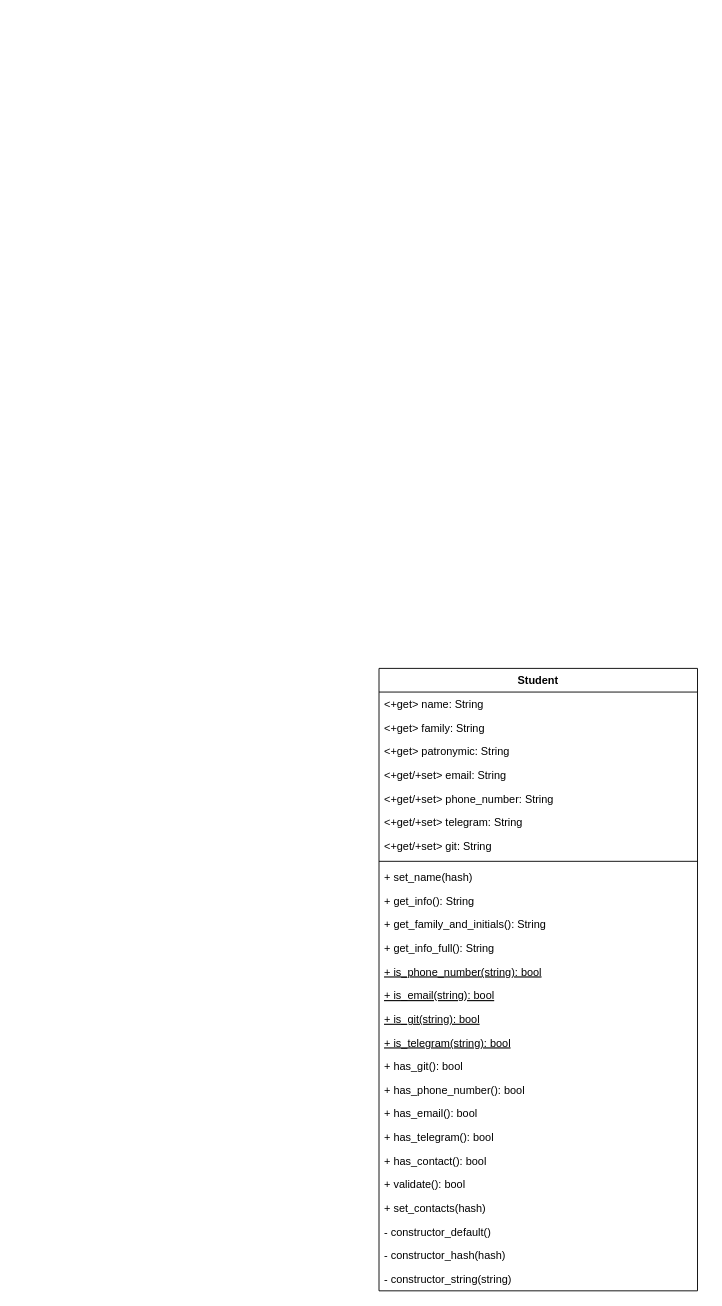
Before: lab2/docs/ClassDiagram.drawio in KirSaxhlil/PatternLabs, a draw.io diagram. Source tidied: cells renumbered, new cells numbered last; positions are measured from the earlier drawing's top-left corner, leaving out a move shared by most shapes. Both pictures are drawn from the tidied source at 91%, with x=0, y=0 at pixel (379, 668).
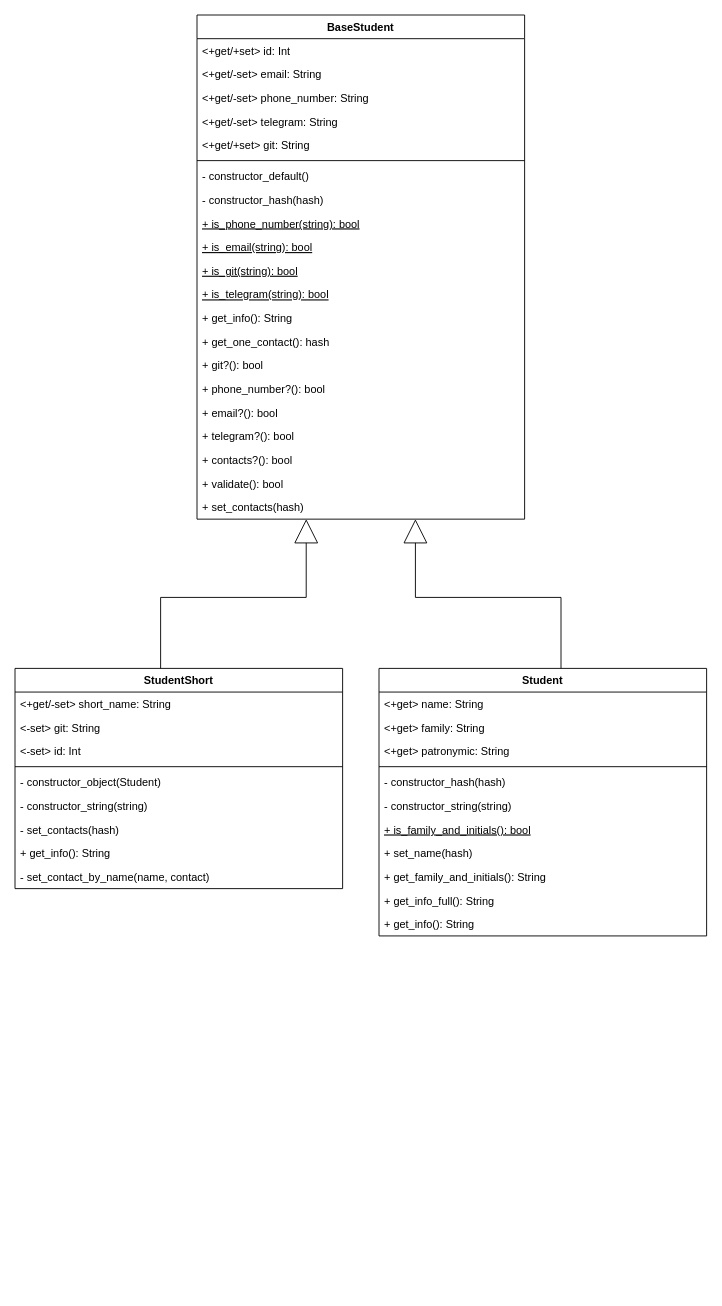
Above is the later version.

Commit message (it also covers changes not shown here):
Lab2 ex2-6 Class diagram updated

The edit, as a diff of the source:
```diff
@@
     <mxCell id="2" value="Student" style="swimlane;fontStyle=1;align=center;verticalAlign=top;horizontal=1;startSize=26;fillColor=default;swimlaneFillColor=default;" parent="1" vertex="1">
-      <mxGeometry width="350" height="684" as="geometry" />
+      <mxGeometry width="360" height="294" as="geometry" />
     </mxCell>
     <mxCell id="3" value="&lt;+get&gt; name: String" style="text;strokeColor=none;fillColor=none;align=left;verticalAlign=top;spacingLeft=4;spacingRight=4;overflow=hidden;" parent="2" vertex="1">
-      <mxGeometry y="26" width="350" height="26" as="geometry" />
+      <mxGeometry y="26" width="360" height="26" as="geometry" />
     </mxCell>
     <mxCell id="4" value="&lt;+get&gt; family: String" style="text;strokeColor=none;fillColor=none;align=left;verticalAlign=top;spacingLeft=4;spacingRight=4;overflow=hidden;" parent="2" vertex="1">
-      <mxGeometry y="52" width="350" height="26" as="geometry" />
+      <mxGeometry y="52" width="360" height="26" as="geometry" />
     </mxCell>
     <mxCell id="5" value="&lt;+get&gt; patronymic: String" style="text;strokeColor=none;fillColor=none;align=left;verticalAlign=top;spacingLeft=4;spacingRight=4;overflow=hidden;" parent="2" vertex="1">
-      <mxGeometry y="78" width="350" height="26" as="geometry" />
+      <mxGeometry y="78" width="360" height="26" as="geometry" />
     </mxCell>
+    <mxCell id="10" style="line;strokeWidth=1;fillColor=none;align=left;verticalAlign=middle;spacingTop=-1;spacingLeft=3;spacingRight=3;labelPosition=right;strokeColor=inherit;" parent="2" vertex="1">
+      <mxGeometry y="104" width="360" height="8" as="geometry" />
+    </mxCell>
+    <mxCell id="27" value="- constructor_hash(hash)" style="text;strokeColor=none;fillColor=none;align=left;verticalAlign=top;spacingLeft=4;spacingRight=4;overflow=hidden;fontStyle=0;" parent="2" vertex="1">
+      <mxGeometry y="112" width="360" height="26" as="geometry" />
+    </mxCell>
+    <mxCell id="28" value="- constructor_string(string)" style="text;strokeColor=none;fillColor=none;align=left;verticalAlign=top;spacingLeft=4;spacingRight=4;overflow=hidden;fontStyle=0;" parent="2" vertex="1">
+      <mxGeometry y="138" width="360" height="26" as="geometry" />
+    </mxCell>
+    <mxCell id="29" value="+ is_family_and_initials(): bool" style="text;strokeColor=none;fillColor=none;align=left;verticalAlign=top;spacingLeft=4;spacingRight=4;overflow=hidden;fontStyle=4;" parent="2" vertex="1">
+      <mxGeometry y="164" width="360" height="26" as="geometry" />
+    </mxCell>
+    <mxCell id="11" value="+ set_name(hash)" style="text;strokeColor=none;fillColor=none;align=left;verticalAlign=top;spacingLeft=4;spacingRight=4;overflow=hidden;fontStyle=0;" parent="2" vertex="1">
+      <mxGeometry y="190" width="360" height="26" as="geometry" />
+    </mxCell>
+    <mxCell id="13" value="+ get_family_and_initials(): String" style="text;strokeColor=none;fillColor=none;align=left;verticalAlign=top;spacingLeft=4;spacingRight=4;overflow=hidden;" parent="2" vertex="1">
+      <mxGeometry y="216" width="360" height="26" as="geometry" />
+    </mxCell>
+    <mxCell id="14" value="+ get_info_full(): String" style="text;strokeColor=none;fillColor=none;align=left;verticalAlign=top;spacingLeft=4;spacingRight=4;overflow=hidden;" parent="2" vertex="1">
+      <mxGeometry y="242" width="360" height="26" as="geometry" />
+    </mxCell>
+    <mxCell id="12" value="+ get_info(): String" style="text;strokeColor=none;fillColor=none;align=left;verticalAlign=top;spacingLeft=4;spacingRight=4;overflow=hidden;" parent="2" vertex="1">
+      <mxGeometry y="268" width="360" height="26" as="geometry" />
+    </mxCell>
+    <mxCell id="30" value="BaseStudent" style="swimlane;fontStyle=1;align=center;verticalAlign=top;horizontal=1;startSize=26;fillColor=default;swimlaneFillColor=default;" parent="1" vertex="1">
+      <mxGeometry x="-200" y="-718" width="360" height="554" as="geometry" />
+    </mxCell>
+    <mxCell id="31" value="&lt;+get/+set&gt; id: Int" style="text;strokeColor=none;fillColor=none;align=left;verticalAlign=top;spacingLeft=4;spacingRight=4;overflow=hidden;" parent="30" vertex="1">
+      <mxGeometry y="26" width="360" height="26" as="geometry" />
+    </mxCell>
-    <mxCell id="6" value="&lt;+get/+set&gt; email: String" style="text;strokeColor=none;fillColor=none;align=left;verticalAlign=top;spacingLeft=4;spacingRight=4;overflow=hidden;" parent="2" vertex="1">
-      <mxGeometry y="104" width="350" height="26" as="geometry" />
+    <mxCell id="6" value="&lt;+get/-set&gt; email: String" style="text;strokeColor=none;fillColor=none;align=left;verticalAlign=top;spacingLeft=4;spacingRight=4;overflow=hidden;" parent="30" vertex="1">
+      <mxGeometry y="52" width="360" height="26" as="geometry" />
     </mxCell>
-    <mxCell id="7" value="&lt;+get/+set&gt; phone_number: String" style="text;strokeColor=none;fillColor=none;align=left;verticalAlign=top;spacingLeft=4;spacingRight=4;overflow=hidden;" parent="2" vertex="1">
-      <mxGeometry y="130" width="350" height="26" as="geometry" />
+    <mxCell id="7" value="&lt;+get/-set&gt; phone_number: String" style="text;strokeColor=none;fillColor=none;align=left;verticalAlign=top;spacingLeft=4;spacingRight=4;overflow=hidden;" parent="30" vertex="1">
+      <mxGeometry y="78" width="360" height="26" as="geometry" />
     </mxCell>
-    <mxCell id="8" value="&lt;+get/+set&gt; telegram: String" style="text;strokeColor=none;fillColor=none;align=left;verticalAlign=top;spacingLeft=4;spacingRight=4;overflow=hidden;" parent="2" vertex="1">
-      <mxGeometry y="156" width="350" height="26" as="geometry" />
+    <mxCell id="8" value="&lt;+get/-set&gt; telegram: String" style="text;strokeColor=none;fillColor=none;align=left;verticalAlign=top;spacingLeft=4;spacingRight=4;overflow=hidden;" parent="30" vertex="1">
+      <mxGeometry y="104" width="360" height="26" as="geometry" />
     </mxCell>
-    <mxCell id="9" value="&lt;+get/+set&gt; git: String" style="text;strokeColor=none;fillColor=none;align=left;verticalAlign=top;spacingLeft=4;spacingRight=4;overflow=hidden;" parent="2" vertex="1">
-      <mxGeometry y="182" width="350" height="26" as="geometry" />
+    <mxCell id="9" value="&lt;+get/+set&gt; git: String" style="text;strokeColor=none;fillColor=none;align=left;verticalAlign=top;spacingLeft=4;spacingRight=4;overflow=hidden;" parent="30" vertex="1">
+      <mxGeometry y="130" width="360" height="26" as="geometry" />
     </mxCell>
-    <mxCell id="10" style="line;strokeWidth=1;fillColor=none;align=left;verticalAlign=middle;spacingTop=-1;spacingLeft=3;spacingRight=3;labelPosition=right;strokeColor=inherit;" parent="2" vertex="1">
-      <mxGeometry y="208" width="350" height="8" as="geometry" />
-    </mxCell>
-    <mxCell id="11" value="+ set_name(hash)" style="text;strokeColor=none;fillColor=none;align=left;verticalAlign=top;spacingLeft=4;spacingRight=4;overflow=hidden;fontStyle=0;" parent="2" vertex="1">
-      <mxGeometry y="216" width="350" height="26" as="geometry" />
-    </mxCell>
-    <mxCell id="12" value="+ get_info(): String" style="text;strokeColor=none;fillColor=none;align=left;verticalAlign=top;spacingLeft=4;spacingRight=4;overflow=hidden;" parent="2" vertex="1">
-      <mxGeometry y="242" width="350" height="26" as="geometry" />
-    </mxCell>
-    <mxCell id="13" value="+ get_family_and_initials(): String" style="text;strokeColor=none;fillColor=none;align=left;verticalAlign=top;spacingLeft=4;spacingRight=4;overflow=hidden;" parent="2" vertex="1">
-      <mxGeometry y="268" width="350" height="26" as="geometry" />
-    </mxCell>
-    <mxCell id="14" value="+ get_info_full(): String" style="text;strokeColor=none;fillColor=none;align=left;verticalAlign=top;spacingLeft=4;spacingRight=4;overflow=hidden;" parent="2" vertex="1">
-      <mxGeometry y="294" width="350" height="26" as="geometry" />
-    </mxCell>
+    <mxCell id="32" style="line;strokeWidth=1;fillColor=none;align=left;verticalAlign=middle;spacingTop=-1;spacingLeft=3;spacingRight=3;labelPosition=right;strokeColor=inherit;" parent="30" vertex="1">
+      <mxGeometry y="156" width="360" height="8" as="geometry" />
+    </mxCell>
+    <mxCell id="26" value="- constructor_default()" style="text;strokeColor=none;fillColor=none;align=left;verticalAlign=top;spacingLeft=4;spacingRight=4;overflow=hidden;fontStyle=0;" parent="30" vertex="1">
+      <mxGeometry y="164" width="360" height="26" as="geometry" />
+    </mxCell>
+    <mxCell id="33" value="- constructor_hash(hash)" style="text;strokeColor=none;fillColor=none;align=left;verticalAlign=top;spacingLeft=4;spacingRight=4;overflow=hidden;fontStyle=0;" parent="30" vertex="1">
+      <mxGeometry y="190" width="360" height="26" as="geometry" />
+    </mxCell>
-    <mxCell id="15" value="+ is_phone_number(string): bool" style="text;strokeColor=none;fillColor=none;align=left;verticalAlign=top;spacingLeft=4;spacingRight=4;overflow=hidden;fontStyle=4;" parent="2" vertex="1">
-      <mxGeometry y="320" width="350" height="26" as="geometry" />
+    <mxCell id="15" value="+ is_phone_number(string): bool" style="text;strokeColor=none;fillColor=none;align=left;verticalAlign=top;spacingLeft=4;spacingRight=4;overflow=hidden;fontStyle=4;" parent="30" vertex="1">
+      <mxGeometry y="216" width="360" height="26" as="geometry" />
     </mxCell>
-    <mxCell id="16" value="+ is_email(string): bool" style="text;strokeColor=none;fillColor=none;align=left;verticalAlign=top;spacingLeft=4;spacingRight=4;overflow=hidden;fontStyle=4;" parent="2" vertex="1">
-      <mxGeometry y="346" width="350" height="26" as="geometry" />
+    <mxCell id="16" value="+ is_email(string): bool" style="text;strokeColor=none;fillColor=none;align=left;verticalAlign=top;spacingLeft=4;spacingRight=4;overflow=hidden;fontStyle=4;" parent="30" vertex="1">
+      <mxGeometry y="242" width="360" height="26" as="geometry" />
     </mxCell>
-    <mxCell id="17" value="+ is_git(string): bool" style="text;strokeColor=none;fillColor=none;align=left;verticalAlign=top;spacingLeft=4;spacingRight=4;overflow=hidden;fontStyle=4;" parent="2" vertex="1">
-      <mxGeometry y="372" width="350" height="26" as="geometry" />
+    <mxCell id="17" value="+ is_git(string): bool" style="text;strokeColor=none;fillColor=none;align=left;verticalAlign=top;spacingLeft=4;spacingRight=4;overflow=hidden;fontStyle=4;" parent="30" vertex="1">
+      <mxGeometry y="268" width="360" height="26" as="geometry" />
     </mxCell>
-    <mxCell id="18" value="+ is_telegram(string): bool" style="text;strokeColor=none;fillColor=none;align=left;verticalAlign=top;spacingLeft=4;spacingRight=4;overflow=hidden;fontStyle=4;" parent="2" vertex="1">
-      <mxGeometry y="398" width="350" height="26" as="geometry" />
+    <mxCell id="18" value="+ is_telegram(string): bool" style="text;strokeColor=none;fillColor=none;align=left;verticalAlign=top;spacingLeft=4;spacingRight=4;overflow=hidden;fontStyle=4;" parent="30" vertex="1">
+      <mxGeometry y="294" width="360" height="26" as="geometry" />
     </mxCell>
-    <mxCell id="19" value="+ has_git(): bool" style="text;strokeColor=none;fillColor=none;align=left;verticalAlign=top;spacingLeft=4;spacingRight=4;overflow=hidden;fontStyle=0;" parent="2" vertex="1">
-      <mxGeometry y="424" width="350" height="26" as="geometry" />
-    </mxCell>
-    <mxCell id="20" value="+ has_phone_number(): bool" style="text;strokeColor=none;fillColor=none;align=left;verticalAlign=top;spacingLeft=4;spacingRight=4;overflow=hidden;fontStyle=0;" parent="2" vertex="1">
-      <mxGeometry y="450" width="350" height="26" as="geometry" />
-    </mxCell>
-    <mxCell id="21" value="+ has_email(): bool" style="text;strokeColor=none;fillColor=none;align=left;verticalAlign=top;spacingLeft=4;spacingRight=4;overflow=hidden;fontStyle=0;" parent="2" vertex="1">
-      <mxGeometry y="476" width="350" height="26" as="geometry" />
-    </mxCell>
-    <mxCell id="22" value="+ has_telegram(): bool" style="text;strokeColor=none;fillColor=none;align=left;verticalAlign=top;spacingLeft=4;spacingRight=4;overflow=hidden;fontStyle=0;" parent="2" vertex="1">
-      <mxGeometry y="502" width="350" height="26" as="geometry" />
-    </mxCell>
-    <mxCell id="23" value="+ has_contact(): bool" style="text;strokeColor=none;fillColor=none;align=left;verticalAlign=top;spacingLeft=4;spacingRight=4;overflow=hidden;fontStyle=0;" parent="2" vertex="1">
-      <mxGeometry y="528" width="350" height="26" as="geometry" />
-    </mxCell>
+    <mxCell id="34" value="+ get_info(): String" style="text;strokeColor=none;fillColor=none;align=left;verticalAlign=top;spacingLeft=4;spacingRight=4;overflow=hidden;" parent="30" vertex="1">
+      <mxGeometry y="320" width="360" height="26" as="geometry" />
+    </mxCell>
+    <mxCell id="35" value="+ get_one_contact(): hash" style="text;strokeColor=none;fillColor=none;align=left;verticalAlign=top;spacingLeft=4;spacingRight=4;overflow=hidden;" parent="30" vertex="1">
+      <mxGeometry y="346" width="360" height="26" as="geometry" />
+    </mxCell>
+    <mxCell id="36" value="+ git?(): bool" style="text;strokeColor=none;fillColor=none;align=left;verticalAlign=top;spacingLeft=4;spacingRight=4;overflow=hidden;fontStyle=0;" parent="30" vertex="1">
+      <mxGeometry y="372" width="360" height="26" as="geometry" />
+    </mxCell>
+    <mxCell id="37" value="+ phone_number?(): bool" style="text;strokeColor=none;fillColor=none;align=left;verticalAlign=top;spacingLeft=4;spacingRight=4;overflow=hidden;fontStyle=0;" parent="30" vertex="1">
+      <mxGeometry y="398" width="360" height="26" as="geometry" />
+    </mxCell>
+    <mxCell id="38" value="+ email?(): bool" style="text;strokeColor=none;fillColor=none;align=left;verticalAlign=top;spacingLeft=4;spacingRight=4;overflow=hidden;fontStyle=0;" parent="30" vertex="1">
+      <mxGeometry y="424" width="360" height="26" as="geometry" />
+    </mxCell>
+    <mxCell id="39" value="+ telegram?(): bool" style="text;strokeColor=none;fillColor=none;align=left;verticalAlign=top;spacingLeft=4;spacingRight=4;overflow=hidden;fontStyle=0;" parent="30" vertex="1">
+      <mxGeometry y="450" width="360" height="26" as="geometry" />
+    </mxCell>
+    <mxCell id="40" value="+ contacts?(): bool" style="text;strokeColor=none;fillColor=none;align=left;verticalAlign=top;spacingLeft=4;spacingRight=4;overflow=hidden;fontStyle=0;" parent="30" vertex="1">
+      <mxGeometry y="476" width="360" height="26" as="geometry" />
+    </mxCell>
-    <mxCell id="24" value="+ validate(): bool" style="text;strokeColor=none;fillColor=none;align=left;verticalAlign=top;spacingLeft=4;spacingRight=4;overflow=hidden;fontStyle=0;" parent="2" vertex="1">
-      <mxGeometry y="554" width="350" height="26" as="geometry" />
+    <mxCell id="24" value="+ validate(): bool" style="text;strokeColor=none;fillColor=none;align=left;verticalAlign=top;spacingLeft=4;spacingRight=4;overflow=hidden;fontStyle=0;" parent="30" vertex="1">
+      <mxGeometry y="502" width="360" height="26" as="geometry" />
     </mxCell>
-    <mxCell id="25" value="+ set_contacts(hash)" style="text;strokeColor=none;fillColor=none;align=left;verticalAlign=top;spacingLeft=4;spacingRight=4;overflow=hidden;fontStyle=0;" parent="2" vertex="1">
-      <mxGeometry y="580" width="350" height="26" as="geometry" />
+    <mxCell id="25" value="+ set_contacts(hash)" style="text;strokeColor=none;fillColor=none;align=left;verticalAlign=top;spacingLeft=4;spacingRight=4;overflow=hidden;fontStyle=0;" parent="30" vertex="1">
+      <mxGeometry y="528" width="360" height="26" as="geometry" />
     </mxCell>
-    <mxCell id="26" value="- constructor_default()" style="text;strokeColor=none;fillColor=none;align=left;verticalAlign=top;spacingLeft=4;spacingRight=4;overflow=hidden;fontStyle=0;" parent="2" vertex="1">
-      <mxGeometry y="606" width="350" height="26" as="geometry" />
-    </mxCell>
-    <mxCell id="27" value="- constructor_hash(hash)" style="text;strokeColor=none;fillColor=none;align=left;verticalAlign=top;spacingLeft=4;spacingRight=4;overflow=hidden;fontStyle=0;" parent="2" vertex="1">
-      <mxGeometry y="632" width="350" height="26" as="geometry" />
-    </mxCell>
-    <mxCell id="28" value="- constructor_string(string)" style="text;strokeColor=none;fillColor=none;align=left;verticalAlign=top;spacingLeft=4;spacingRight=4;overflow=hidden;fontStyle=0;" parent="2" vertex="1">
-      <mxGeometry y="658" width="350" height="26" as="geometry" />
-    </mxCell>
+    <mxCell id="41" style="endArrow=block;html=1;rounded=0;endFill=0;jumpSize=6;endSize=24;edgeStyle=orthogonalEdgeStyle;" parent="1" edge="1" source="2" target="30">
+      <mxGeometry relative="1" as="geometry">
+        <Array as="points">
+          <mxPoint x="200" y="-78" />
+          <mxPoint x="40" y="-78" />
+        </Array>
+      </mxGeometry>
+    </mxCell>
+    <mxCell id="42" value="StudentShort" style="swimlane;fontStyle=1;align=center;verticalAlign=top;horizontal=1;startSize=26;fillColor=default;swimlaneFillColor=default;" parent="1" vertex="1">
+      <mxGeometry x="-400" width="360" height="242" as="geometry" />
+    </mxCell>
+    <mxCell id="43" value="&lt;+get/-set&gt; short_name: String" style="text;strokeColor=none;fillColor=none;align=left;verticalAlign=top;spacingLeft=4;spacingRight=4;overflow=hidden;" parent="42" vertex="1">
+      <mxGeometry y="26" width="360" height="26" as="geometry" />
+    </mxCell>
+    <mxCell id="44" value="&lt;-set&gt; git: String" style="text;strokeColor=none;fillColor=none;align=left;verticalAlign=top;spacingLeft=4;spacingRight=4;overflow=hidden;" parent="42" vertex="1">
+      <mxGeometry y="52" width="360" height="26" as="geometry" />
+    </mxCell>
+    <mxCell id="45" value="&lt;-set&gt; id: Int" style="text;strokeColor=none;fillColor=none;align=left;verticalAlign=top;spacingLeft=4;spacingRight=4;overflow=hidden;" parent="42" vertex="1">
+      <mxGeometry y="78" width="360" height="26" as="geometry" />
+    </mxCell>
+    <mxCell id="46" style="line;strokeWidth=1;fillColor=none;align=left;verticalAlign=middle;spacingTop=-1;spacingLeft=3;spacingRight=3;labelPosition=right;strokeColor=inherit;" parent="42" vertex="1">
+      <mxGeometry y="104" width="360" height="8" as="geometry" />
+    </mxCell>
+    <mxCell id="47" value="- constructor_object(Student)" style="text;strokeColor=none;fillColor=none;align=left;verticalAlign=top;spacingLeft=4;spacingRight=4;overflow=hidden;fontStyle=0;" parent="42" vertex="1">
+      <mxGeometry y="112" width="360" height="26" as="geometry" />
+    </mxCell>
+    <mxCell id="48" value="- constructor_string(string)" style="text;strokeColor=none;fillColor=none;align=left;verticalAlign=top;spacingLeft=4;spacingRight=4;overflow=hidden;fontStyle=0;" parent="42" vertex="1">
+      <mxGeometry y="138" width="360" height="26" as="geometry" />
+    </mxCell>
+    <mxCell id="49" value="- set_contacts(hash)" style="text;strokeColor=none;fillColor=none;align=left;verticalAlign=top;spacingLeft=4;spacingRight=4;overflow=hidden;fontStyle=0;" parent="42" vertex="1">
+      <mxGeometry y="164" width="360" height="26" as="geometry" />
+    </mxCell>
+    <mxCell id="50" value="+ get_info(): String" style="text;strokeColor=none;fillColor=none;align=left;verticalAlign=top;spacingLeft=4;spacingRight=4;overflow=hidden;" parent="42" vertex="1">
+      <mxGeometry y="190" width="360" height="26" as="geometry" />
+    </mxCell>
+    <mxCell id="51" value="- set_contact_by_name(name, contact)" style="text;strokeColor=none;fillColor=none;align=left;verticalAlign=top;spacingLeft=4;spacingRight=4;overflow=hidden;fontStyle=0;" parent="42" vertex="1">
+      <mxGeometry y="216" width="360" height="26" as="geometry" />
+    </mxCell>
+    <mxCell id="52" style="endArrow=block;html=1;rounded=0;endFill=0;jumpSize=6;endSize=24;edgeStyle=orthogonalEdgeStyle;" parent="1" edge="1" source="42" target="30">
+      <mxGeometry relative="1" as="geometry">
+        <Array as="points">
+          <mxPoint x="-240" y="-78" />
+          <mxPoint x="-80" y="-78" />
+        </Array>
+      </mxGeometry>
+    </mxCell>
```
